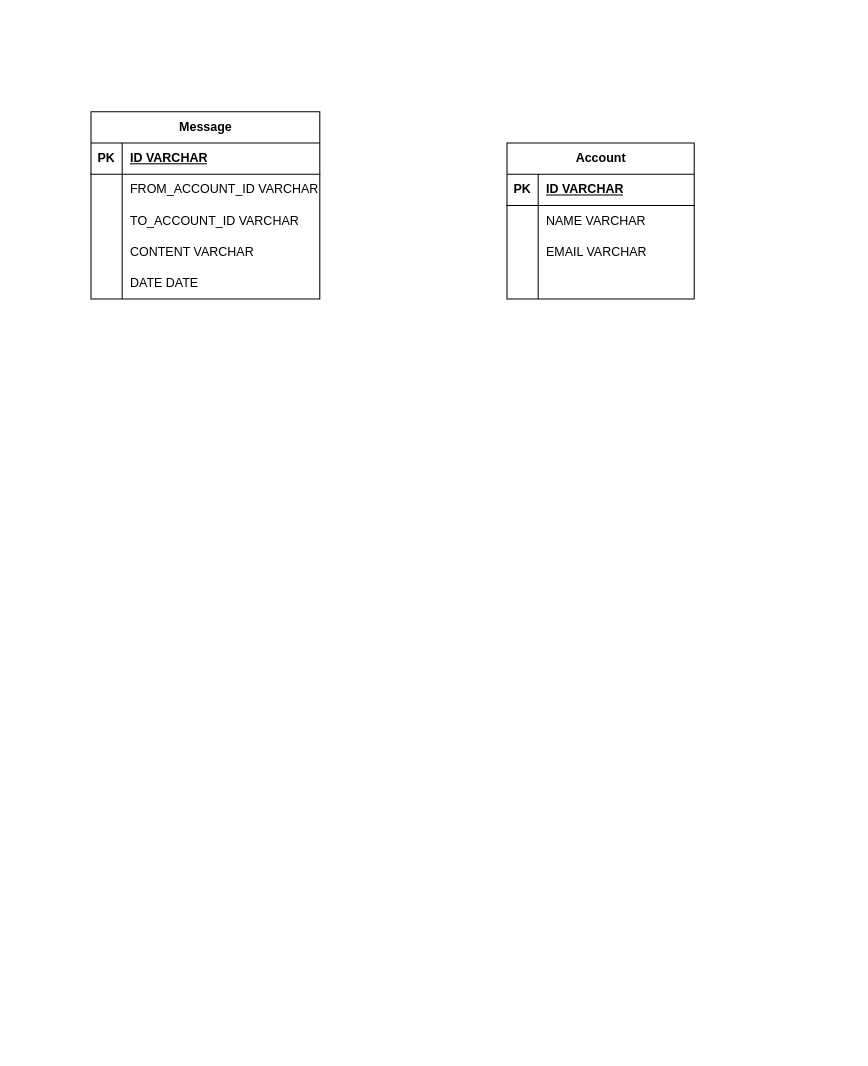
codegik/pocs keeps this draw.io diagram as page "send-message-service-db" (5 of 5) of architecture/jack-chat-game/jack-chat-game.drawio. Above is the earlier version. Source tidied: cells renumbered, new cells numbered last; positions are measured from the earlier drawing's top-left corner, leaving out a move shared by most shapes. Both pictures are drawn from the tidied source at 104%, with x=0, y=0 at pixel (90, 111).
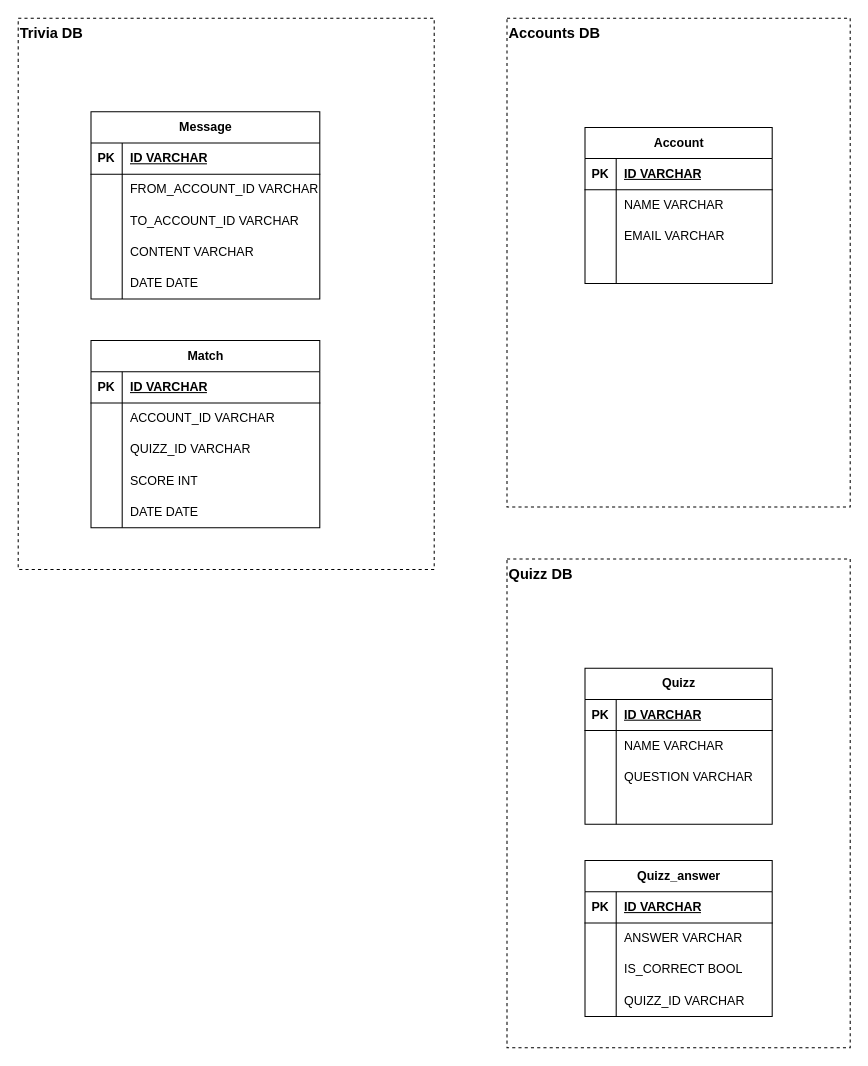
Above is the later version.

Change to the diagram source:
```diff
@@
+    <mxCell id="31" value="Accounts DB" style="rounded=0;whiteSpace=wrap;html=1;align=left;verticalAlign=top;dashed=1;fontStyle=1;fontSize=14;" parent="1" vertex="1">
+      <mxGeometry x="400" y="-90" width="330" height="470" as="geometry" />
+    </mxCell>
+    <mxCell id="32" value="Trivia DB" style="rounded=0;whiteSpace=wrap;html=1;align=left;verticalAlign=top;dashed=1;fontStyle=1;fontSize=14;" parent="1" vertex="1">
+      <mxGeometry x="-70" y="-90" width="400" height="530" as="geometry" />
+    </mxCell>
@@
     <mxCell id="18" value="Account" style="shape=table;startSize=30;childLayout=tableLayout;rowLines=0;fontStyle=1;align=center;html=1;" parent="1" vertex="1">
-      <mxGeometry x="400" y="30" width="180" height="150" as="geometry" />
+      <mxGeometry x="475" y="15" width="180" height="150" as="geometry" />
     </mxCell>
@@
+    <mxCell id="33" value="Match" style="shape=table;startSize=30;childLayout=tableLayout;rowLines=0;fontStyle=1;align=center;html=1;" parent="1" vertex="1">
+      <mxGeometry y="220" width="220" height="180" as="geometry" />
+    </mxCell>
+    <mxCell id="34" style="shape=tableRow;horizontal=0;startSize=0;swimlaneHead=0;swimlaneBody=0;fillColor=none;top=0;left=0;right=0;bottom=1;" parent="33" vertex="1">
+      <mxGeometry y="30" width="220" height="30" as="geometry" />
+    </mxCell>
+    <mxCell id="35" value="PK" style="shape=partialRectangle;fillColor=none;top=0;left=0;bottom=0;right=0;fontStyle=1;overflow=hidden;whiteSpace=wrap;html=1;" parent="34" vertex="1">
+      <mxGeometry width="30" height="30" as="geometry" />
+    </mxCell>
+    <mxCell id="36" value="ID VARCHAR" style="shape=partialRectangle;fillColor=none;top=0;left=0;bottom=0;right=0;align=left;spacingLeft=6;fontStyle=5;overflow=hidden;whiteSpace=wrap;html=1;" parent="34" vertex="1">
+      <mxGeometry x="30" width="190" height="30" as="geometry" />
+    </mxCell>
+    <mxCell id="37" style="shape=tableRow;horizontal=0;startSize=0;swimlaneHead=0;swimlaneBody=0;fillColor=none;top=0;left=0;right=0;bottom=0;" parent="33" vertex="1">
+      <mxGeometry y="60" width="220" height="30" as="geometry" />
+    </mxCell>
+    <mxCell id="38" style="shape=partialRectangle;fillColor=none;top=0;left=0;bottom=0;right=0;overflow=hidden;whiteSpace=wrap;html=1;" parent="37" vertex="1">
+      <mxGeometry width="30" height="30" as="geometry" />
+    </mxCell>
+    <mxCell id="39" value="ACCOUNT_ID VARCHAR " style="shape=partialRectangle;fillColor=none;top=0;left=0;bottom=0;right=0;align=left;spacingLeft=6;overflow=hidden;whiteSpace=wrap;html=1;" parent="37" vertex="1">
+      <mxGeometry x="30" width="190" height="30" as="geometry" />
+    </mxCell>
+    <mxCell id="40" style="shape=tableRow;horizontal=0;startSize=0;swimlaneHead=0;swimlaneBody=0;fillColor=none;top=0;left=0;right=0;bottom=0;" parent="33" vertex="1">
+      <mxGeometry y="90" width="220" height="30" as="geometry" />
+    </mxCell>
+    <mxCell id="41" style="shape=partialRectangle;fillColor=none;top=0;left=0;bottom=0;right=0;overflow=hidden;whiteSpace=wrap;html=1;" parent="40" vertex="1">
+      <mxGeometry width="30" height="30" as="geometry" />
+    </mxCell>
+    <mxCell id="42" value="QUIZZ_ID VARCHAR" style="shape=partialRectangle;fillColor=none;top=0;left=0;bottom=0;right=0;align=left;spacingLeft=6;overflow=hidden;whiteSpace=wrap;html=1;" parent="40" vertex="1">
+      <mxGeometry x="30" width="190" height="30" as="geometry" />
+    </mxCell>
+    <mxCell id="43" style="shape=tableRow;horizontal=0;startSize=0;swimlaneHead=0;swimlaneBody=0;fillColor=none;top=0;left=0;right=0;bottom=0;" parent="33" vertex="1">
+      <mxGeometry y="120" width="220" height="30" as="geometry" />
+    </mxCell>
+    <mxCell id="44" style="shape=partialRectangle;fillColor=none;top=0;left=0;bottom=0;right=0;overflow=hidden;whiteSpace=wrap;html=1;" parent="43" vertex="1">
+      <mxGeometry width="30" height="30" as="geometry" />
+    </mxCell>
+    <mxCell id="45" value="SCORE INT" style="shape=partialRectangle;fillColor=none;top=0;left=0;bottom=0;right=0;align=left;spacingLeft=6;overflow=hidden;whiteSpace=wrap;html=1;" parent="43" vertex="1">
+      <mxGeometry x="30" width="190" height="30" as="geometry" />
+    </mxCell>
+    <mxCell id="46" style="shape=tableRow;horizontal=0;startSize=0;swimlaneHead=0;swimlaneBody=0;fillColor=none;top=0;left=0;right=0;bottom=0;" parent="33" vertex="1">
+      <mxGeometry y="150" width="220" height="30" as="geometry" />
+    </mxCell>
+    <mxCell id="47" style="shape=partialRectangle;fillColor=none;top=0;left=0;bottom=0;right=0;overflow=hidden;whiteSpace=wrap;html=1;" parent="46" vertex="1">
+      <mxGeometry width="30" height="30" as="geometry" />
+    </mxCell>
+    <mxCell id="48" value="DATE DATE" style="shape=partialRectangle;fillColor=none;top=0;left=0;bottom=0;right=0;align=left;spacingLeft=6;overflow=hidden;whiteSpace=wrap;html=1;" parent="46" vertex="1">
+      <mxGeometry x="30" width="190" height="30" as="geometry" />
+    </mxCell>
+    <mxCell id="49" value="Quizz DB" style="rounded=0;whiteSpace=wrap;html=1;align=left;verticalAlign=top;dashed=1;fontStyle=1;fontSize=14;" parent="1" vertex="1">
+      <mxGeometry x="400" y="430" width="330" height="470" as="geometry" />
+    </mxCell>
+    <mxCell id="50" value="Quizz" style="shape=table;startSize=30;childLayout=tableLayout;rowLines=0;fontStyle=1;align=center;html=1;" parent="1" vertex="1">
+      <mxGeometry x="475" y="535" width="180" height="150" as="geometry" />
+    </mxCell>
+    <mxCell id="51" style="shape=tableRow;horizontal=0;startSize=0;swimlaneHead=0;swimlaneBody=0;fillColor=none;top=0;left=0;right=0;bottom=1;" parent="50" vertex="1">
+      <mxGeometry y="30" width="180" height="30" as="geometry" />
+    </mxCell>
+    <mxCell id="52" value="PK" style="shape=partialRectangle;fillColor=none;top=0;left=0;bottom=0;right=0;fontStyle=1;overflow=hidden;whiteSpace=wrap;html=1;" parent="51" vertex="1">
+      <mxGeometry width="30" height="30" as="geometry" />
+    </mxCell>
+    <mxCell id="53" value="ID VARCHAR" style="shape=partialRectangle;fillColor=none;top=0;left=0;bottom=0;right=0;align=left;spacingLeft=6;fontStyle=5;overflow=hidden;whiteSpace=wrap;html=1;" parent="51" vertex="1">
+      <mxGeometry x="30" width="150" height="30" as="geometry" />
+    </mxCell>
+    <mxCell id="54" style="shape=tableRow;horizontal=0;startSize=0;swimlaneHead=0;swimlaneBody=0;fillColor=none;top=0;left=0;right=0;bottom=0;" parent="50" vertex="1">
+      <mxGeometry y="60" width="180" height="30" as="geometry" />
+    </mxCell>
+    <mxCell id="55" style="shape=partialRectangle;fillColor=none;top=0;left=0;bottom=0;right=0;overflow=hidden;whiteSpace=wrap;html=1;" parent="54" vertex="1">
+      <mxGeometry width="30" height="30" as="geometry" />
+    </mxCell>
+    <mxCell id="56" value="NAME VARCHAR " style="shape=partialRectangle;fillColor=none;top=0;left=0;bottom=0;right=0;align=left;spacingLeft=6;overflow=hidden;whiteSpace=wrap;html=1;" parent="54" vertex="1">
+      <mxGeometry x="30" width="150" height="30" as="geometry" />
+    </mxCell>
+    <mxCell id="57" style="shape=tableRow;horizontal=0;startSize=0;swimlaneHead=0;swimlaneBody=0;fillColor=none;top=0;left=0;right=0;bottom=0;" parent="50" vertex="1">
+      <mxGeometry y="90" width="180" height="30" as="geometry" />
+    </mxCell>
+    <mxCell id="58" style="shape=partialRectangle;fillColor=none;top=0;left=0;bottom=0;right=0;overflow=hidden;whiteSpace=wrap;html=1;" parent="57" vertex="1">
+      <mxGeometry width="30" height="30" as="geometry" />
+    </mxCell>
+    <mxCell id="59" value="QUESTION VARCHAR " style="shape=partialRectangle;fillColor=none;top=0;left=0;bottom=0;right=0;align=left;spacingLeft=6;overflow=hidden;whiteSpace=wrap;html=1;" parent="57" vertex="1">
+      <mxGeometry x="30" width="150" height="30" as="geometry" />
+    </mxCell>
+    <mxCell id="60" style="shape=tableRow;horizontal=0;startSize=0;swimlaneHead=0;swimlaneBody=0;fillColor=none;top=0;left=0;right=0;bottom=0;" parent="50" vertex="1">
+      <mxGeometry y="120" width="180" height="30" as="geometry" />
+    </mxCell>
+    <mxCell id="61" style="shape=partialRectangle;fillColor=none;top=0;left=0;bottom=0;right=0;overflow=hidden;whiteSpace=wrap;html=1;" parent="60" vertex="1">
+      <mxGeometry width="30" height="30" as="geometry" />
+    </mxCell>
+    <mxCell id="62" style="shape=partialRectangle;fillColor=none;top=0;left=0;bottom=0;right=0;align=left;spacingLeft=6;overflow=hidden;whiteSpace=wrap;html=1;" parent="60" vertex="1">
+      <mxGeometry x="30" width="150" height="30" as="geometry" />
+    </mxCell>
+    <mxCell id="63" value="Quizz_answer" style="shape=table;startSize=30;childLayout=tableLayout;rowLines=0;fontStyle=1;align=center;html=1;" parent="1" vertex="1">
+      <mxGeometry x="475" y="720" width="180" height="150" as="geometry" />
+    </mxCell>
+    <mxCell id="64" style="shape=tableRow;horizontal=0;startSize=0;swimlaneHead=0;swimlaneBody=0;fillColor=none;top=0;left=0;right=0;bottom=1;" parent="63" vertex="1">
+      <mxGeometry y="30" width="180" height="30" as="geometry" />
+    </mxCell>
+    <mxCell id="65" value="PK" style="shape=partialRectangle;fillColor=none;top=0;left=0;bottom=0;right=0;fontStyle=1;overflow=hidden;whiteSpace=wrap;html=1;" parent="64" vertex="1">
+      <mxGeometry width="30" height="30" as="geometry" />
+    </mxCell>
+    <mxCell id="66" value="ID VARCHAR" style="shape=partialRectangle;fillColor=none;top=0;left=0;bottom=0;right=0;align=left;spacingLeft=6;fontStyle=5;overflow=hidden;whiteSpace=wrap;html=1;" parent="64" vertex="1">
+      <mxGeometry x="30" width="150" height="30" as="geometry" />
+    </mxCell>
+    <mxCell id="67" style="shape=tableRow;horizontal=0;startSize=0;swimlaneHead=0;swimlaneBody=0;fillColor=none;top=0;left=0;right=0;bottom=0;" parent="63" vertex="1">
+      <mxGeometry y="60" width="180" height="30" as="geometry" />
+    </mxCell>
+    <mxCell id="68" style="shape=partialRectangle;fillColor=none;top=0;left=0;bottom=0;right=0;overflow=hidden;whiteSpace=wrap;html=1;" parent="67" vertex="1">
+      <mxGeometry width="30" height="30" as="geometry" />
+    </mxCell>
+    <mxCell id="69" value="ANSWER VARCHAR " style="shape=partialRectangle;fillColor=none;top=0;left=0;bottom=0;right=0;align=left;spacingLeft=6;overflow=hidden;whiteSpace=wrap;html=1;" parent="67" vertex="1">
+      <mxGeometry x="30" width="150" height="30" as="geometry" />
+    </mxCell>
+    <mxCell id="70" style="shape=tableRow;horizontal=0;startSize=0;swimlaneHead=0;swimlaneBody=0;fillColor=none;top=0;left=0;right=0;bottom=0;" parent="63" vertex="1">
+      <mxGeometry y="90" width="180" height="30" as="geometry" />
+    </mxCell>
+    <mxCell id="71" style="shape=partialRectangle;fillColor=none;top=0;left=0;bottom=0;right=0;overflow=hidden;whiteSpace=wrap;html=1;" parent="70" vertex="1">
+      <mxGeometry width="30" height="30" as="geometry" />
+    </mxCell>
+    <mxCell id="72" value="IS_CORRECT BOOL" style="shape=partialRectangle;fillColor=none;top=0;left=0;bottom=0;right=0;align=left;spacingLeft=6;overflow=hidden;whiteSpace=wrap;html=1;" parent="70" vertex="1">
+      <mxGeometry x="30" width="150" height="30" as="geometry" />
+    </mxCell>
+    <mxCell id="73" style="shape=tableRow;horizontal=0;startSize=0;swimlaneHead=0;swimlaneBody=0;fillColor=none;top=0;left=0;right=0;bottom=0;" parent="63" vertex="1">
+      <mxGeometry y="120" width="180" height="30" as="geometry" />
+    </mxCell>
+    <mxCell id="74" style="shape=partialRectangle;fillColor=none;top=0;left=0;bottom=0;right=0;overflow=hidden;whiteSpace=wrap;html=1;" parent="73" vertex="1">
+      <mxGeometry width="30" height="30" as="geometry" />
+    </mxCell>
+    <mxCell id="75" value="QUIZZ_ID VARCHAR" style="shape=partialRectangle;fillColor=none;top=0;left=0;bottom=0;right=0;align=left;spacingLeft=6;overflow=hidden;whiteSpace=wrap;html=1;" parent="73" vertex="1">
+      <mxGeometry x="30" width="150" height="30" as="geometry" />
+    </mxCell>
```
